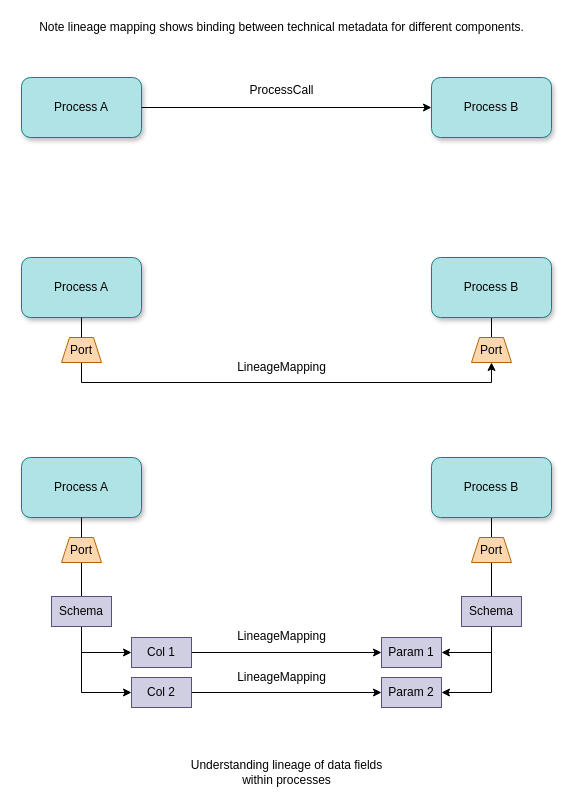
This is page "understanding-data-fields" (6 of 12) of site/docs/features/lineage-management/lineage.drawio from odpi/egeria-docs, a draw.io file, before an edit. Source tidied: cells renumbered, new cells numbered last; positions are measured from the earlier drawing's top-left corner, leaving out a move shared by most shapes. Both pictures are drawn from the tidied source at 100%, with x=0, y=0 at pixel (21, 17).
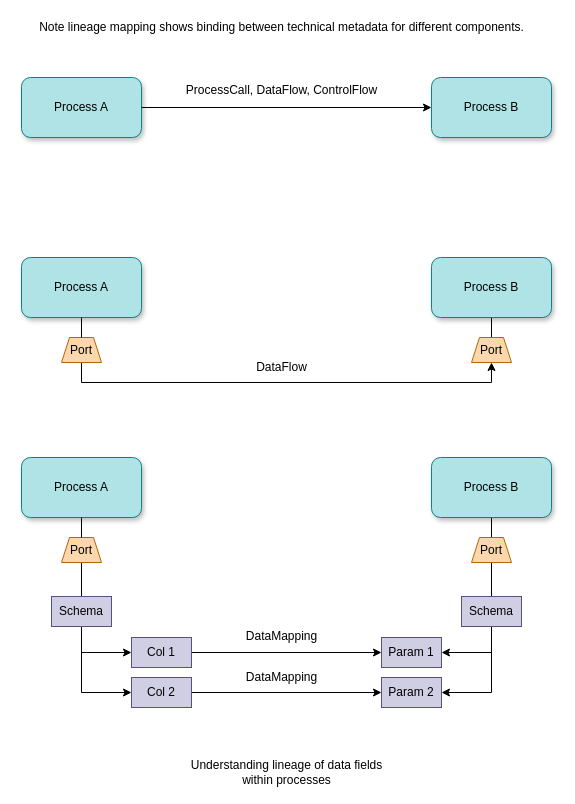
The same page after the edit.

Diff of the diagram source:
```diff
@@
-    <mxCell id="20" value="LineageMapping" style="text;html=1;align=center;verticalAlign=middle;" parent="1" vertex="1">
-      <mxGeometry x="210" y="609" width="100" height="20" as="geometry" />
+    <mxCell id="20" value="DataMapping" style="text;html=1;align=center;verticalAlign=middle;" parent="1" vertex="1">
+      <mxGeometry x="215" y="604" width="90" height="30" as="geometry" />
     </mxCell>
@@
-    <mxCell id="23" value="LineageMapping" style="text;html=1;align=center;verticalAlign=middle;" parent="1" vertex="1">
-      <mxGeometry x="210" y="650" width="100" height="20" as="geometry" />
+    <mxCell id="23" value="DataMapping" style="text;html=1;align=center;verticalAlign=middle;" parent="1" vertex="1">
+      <mxGeometry x="215" y="645" width="90" height="30" as="geometry" />
     </mxCell>
@@
-    <mxCell id="36" value="LineageMapping" style="text;html=1;align=center;verticalAlign=middle;" parent="1" vertex="1">
-      <mxGeometry x="210" y="340" width="100" height="20" as="geometry" />
+    <mxCell id="36" value="DataFlow" style="text;html=1;align=center;verticalAlign=middle;" parent="1" vertex="1">
+      <mxGeometry x="225" y="335" width="70" height="30" as="geometry" />
     </mxCell>
-    <mxCell id="37" value="ProcessCall" style="text;html=1;align=center;verticalAlign=middle;" parent="1" vertex="1">
-      <mxGeometry x="220" y="63" width="80" height="20" as="geometry" />
+    <mxCell id="37" value="ProcessCall, DataFlow, ControlFlow" style="text;html=1;align=center;verticalAlign=middle;" parent="1" vertex="1">
+      <mxGeometry x="155" y="58" width="210" height="30" as="geometry" />
     </mxCell>
```
